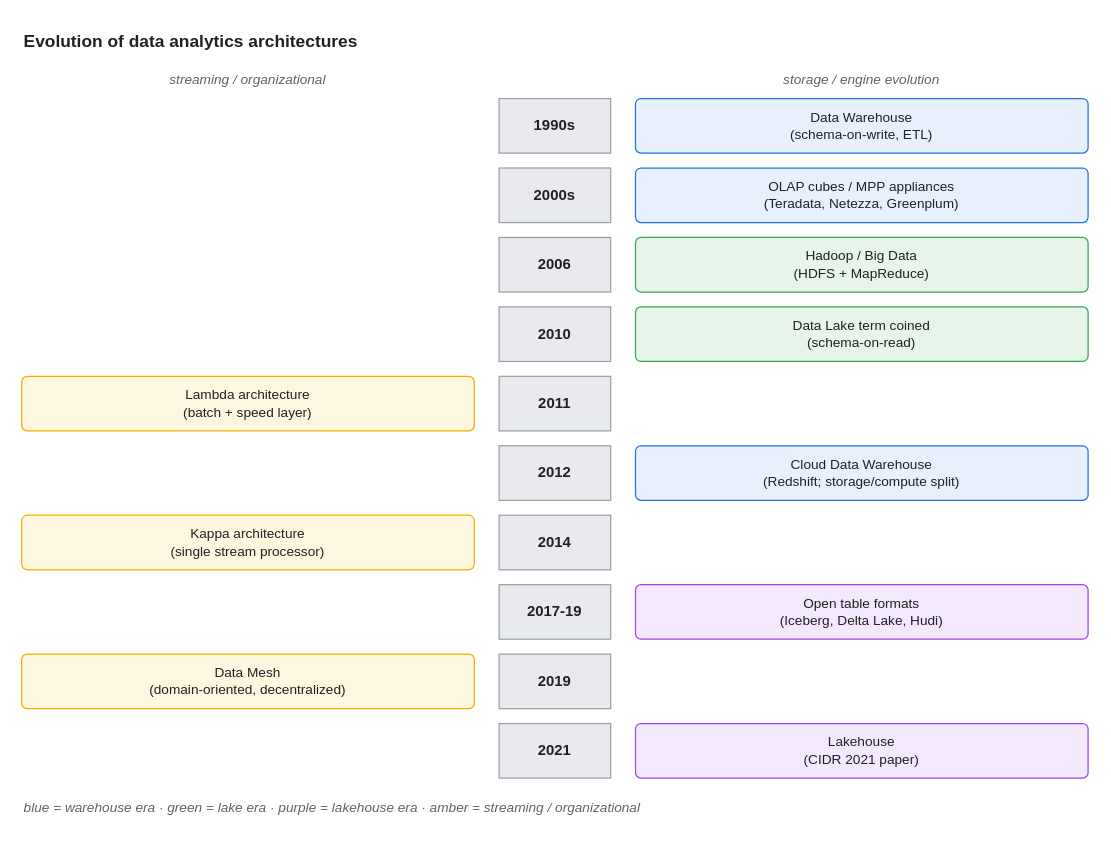
KKamJi98/kkamji98.github.io keeps this draw.io diagram as assets/img/aws/analytics-stack-01-architecture-history.drawio. Above is the earlier version. Source tidied: cells renumbered, new cells numbered last; positions are measured from the earlier drawing's top-left corner, leaving out a move shared by most shapes. Both pictures are drawn from the tidied source at 124%, with x=0, y=0 at pixel (21, 21).
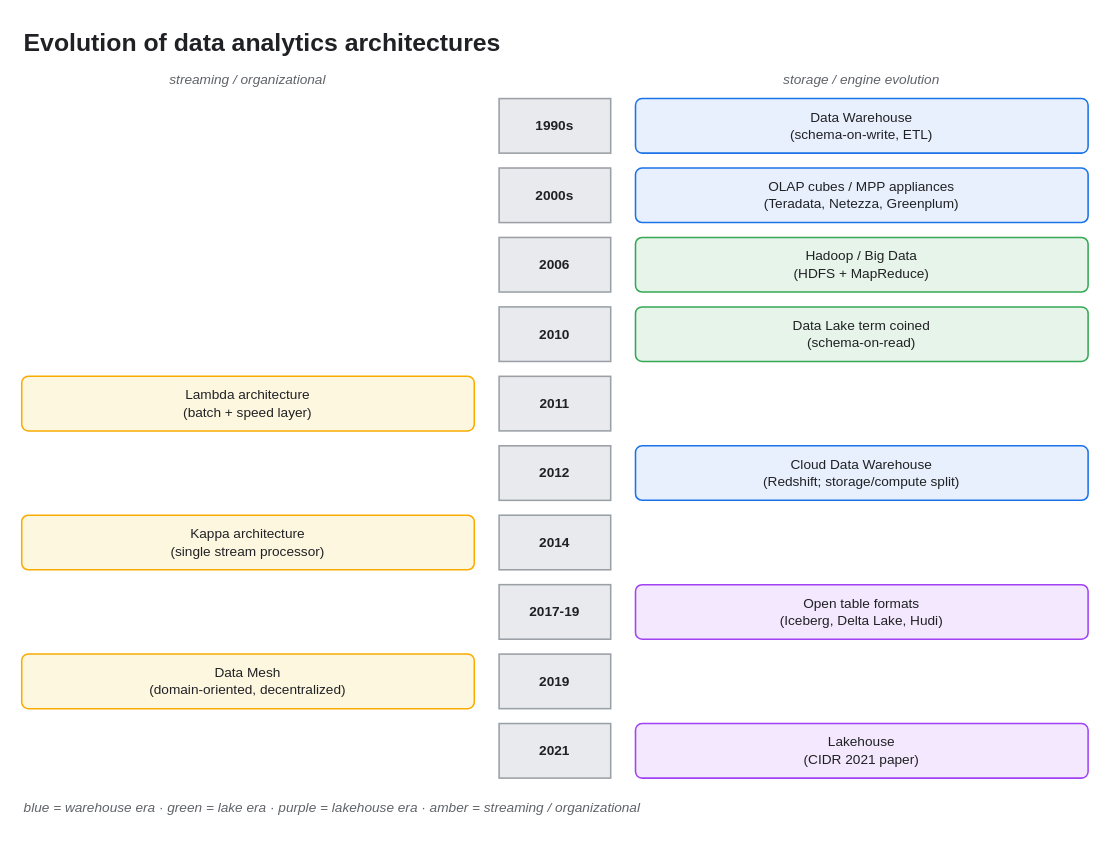
The same diagram, later.

What changed in the source:
```diff
@@
-<mxGraphModel>
+<mxGraphModel background="#FFFFFF">
@@
-    <mxCell id="2" value="Evolution of data analytics architectures" style="text;html=0;align=left;verticalAlign=middle;fontColor=#202124;fontStyle=1;fontSize=14;" parent="1" vertex="1">
+    <mxCell id="2" value="Evolution of data analytics architectures" style="text;html=0;align=left;verticalAlign=middle;fontColor=#202124;fontStyle=1;fontSize=20;" parent="1" vertex="1">
       <mxGeometry width="860" height="30" as="geometry" />
     </mxCell>
@@
-    <mxCell id="5" value="1990s" style="rounded=0;whiteSpace=wrap;html=0;shadow=0;fillColor=#E8EAED;strokeColor=#9AA0A6;fontColor=#202124;fontStyle=1;fontSize=12;" parent="1" vertex="1">
+    <mxCell id="5" value="1990s" style="rounded=0;whiteSpace=wrap;html=0;shadow=0;fillColor=#E8EAED;strokeColor=#9AA0A6;fontColor=#202124;fontStyle=1;fontSize=11;strokeWidth=1.25;" parent="1" vertex="1">
       <mxGeometry x="385" y="62" width="90" height="44" as="geometry" />
     </mxCell>
-    <mxCell id="6" value="Data Warehouse&#10;(schema-on-write, ETL)" style="rounded=1;whiteSpace=wrap;html=0;arcSize=10;shadow=0;fillColor=#E8F0FE;strokeColor=#1A73E8;fontColor=#202124;fontSize=11;" parent="1" vertex="1">
+    <mxCell id="6" value="Data Warehouse&#10;(schema-on-write, ETL)" style="rounded=1;whiteSpace=wrap;html=0;arcSize=12;shadow=0;fillColor=#E8F0FE;strokeColor=#1A73E8;fontColor=#202124;fontSize=11;strokeWidth=1.25;" parent="1" vertex="1">
       <mxGeometry x="495" y="62" width="365" height="44" as="geometry" />
     </mxCell>
-    <mxCell id="7" value="2000s" style="rounded=0;whiteSpace=wrap;html=0;shadow=0;fillColor=#E8EAED;strokeColor=#9AA0A6;fontColor=#202124;fontStyle=1;fontSize=12;" parent="1" vertex="1">
+    <mxCell id="7" value="2000s" style="rounded=0;whiteSpace=wrap;html=0;shadow=0;fillColor=#E8EAED;strokeColor=#9AA0A6;fontColor=#202124;fontStyle=1;fontSize=11;strokeWidth=1.25;" parent="1" vertex="1">
       <mxGeometry x="385" y="118" width="90" height="44" as="geometry" />
     </mxCell>
-    <mxCell id="8" value="OLAP cubes / MPP appliances&#10;(Teradata, Netezza, Greenplum)" style="rounded=1;whiteSpace=wrap;html=0;arcSize=10;shadow=0;fillColor=#E8F0FE;strokeColor=#1A73E8;fontColor=#202124;fontSize=11;" parent="1" vertex="1">
+    <mxCell id="8" value="OLAP cubes / MPP appliances&#10;(Teradata, Netezza, Greenplum)" style="rounded=1;whiteSpace=wrap;html=0;arcSize=12;shadow=0;fillColor=#E8F0FE;strokeColor=#1A73E8;fontColor=#202124;fontSize=11;strokeWidth=1.25;" parent="1" vertex="1">
       <mxGeometry x="495" y="118" width="365" height="44" as="geometry" />
     </mxCell>
-    <mxCell id="9" value="2006" style="rounded=0;whiteSpace=wrap;html=0;shadow=0;fillColor=#E8EAED;strokeColor=#9AA0A6;fontColor=#202124;fontStyle=1;fontSize=12;" parent="1" vertex="1">
+    <mxCell id="9" value="2006" style="rounded=0;whiteSpace=wrap;html=0;shadow=0;fillColor=#E8EAED;strokeColor=#9AA0A6;fontColor=#202124;fontStyle=1;fontSize=11;strokeWidth=1.25;" parent="1" vertex="1">
       <mxGeometry x="385" y="174" width="90" height="44" as="geometry" />
     </mxCell>
-    <mxCell id="10" value="Hadoop / Big Data&#10;(HDFS + MapReduce)" style="rounded=1;whiteSpace=wrap;html=0;arcSize=10;shadow=0;fillColor=#E6F4EA;strokeColor=#34A853;fontColor=#202124;fontSize=11;" parent="1" vertex="1">
+    <mxCell id="10" value="Hadoop / Big Data&#10;(HDFS + MapReduce)" style="rounded=1;whiteSpace=wrap;html=0;arcSize=12;shadow=0;fillColor=#E6F4EA;strokeColor=#34A853;fontColor=#202124;fontSize=11;strokeWidth=1.25;" parent="1" vertex="1">
       <mxGeometry x="495" y="174" width="365" height="44" as="geometry" />
     </mxCell>
-    <mxCell id="11" value="2010" style="rounded=0;whiteSpace=wrap;html=0;shadow=0;fillColor=#E8EAED;strokeColor=#9AA0A6;fontColor=#202124;fontStyle=1;fontSize=12;" parent="1" vertex="1">
+    <mxCell id="11" value="2010" style="rounded=0;whiteSpace=wrap;html=0;shadow=0;fillColor=#E8EAED;strokeColor=#9AA0A6;fontColor=#202124;fontStyle=1;fontSize=11;strokeWidth=1.25;" parent="1" vertex="1">
       <mxGeometry x="385" y="230" width="90" height="44" as="geometry" />
     </mxCell>
-    <mxCell id="12" value="Data Lake term coined&#10;(schema-on-read)" style="rounded=1;whiteSpace=wrap;html=0;arcSize=10;shadow=0;fillColor=#E6F4EA;strokeColor=#34A853;fontColor=#202124;fontSize=11;" parent="1" vertex="1">
+    <mxCell id="12" value="Data Lake term coined&#10;(schema-on-read)" style="rounded=1;whiteSpace=wrap;html=0;arcSize=12;shadow=0;fillColor=#E6F4EA;strokeColor=#34A853;fontColor=#202124;fontSize=11;strokeWidth=1.25;" parent="1" vertex="1">
       <mxGeometry x="495" y="230" width="365" height="44" as="geometry" />
     </mxCell>
-    <mxCell id="13" value="2011" style="rounded=0;whiteSpace=wrap;html=0;shadow=0;fillColor=#E8EAED;strokeColor=#9AA0A6;fontColor=#202124;fontStyle=1;fontSize=12;" parent="1" vertex="1">
+    <mxCell id="13" value="2011" style="rounded=0;whiteSpace=wrap;html=0;shadow=0;fillColor=#E8EAED;strokeColor=#9AA0A6;fontColor=#202124;fontStyle=1;fontSize=11;strokeWidth=1.25;" parent="1" vertex="1">
       <mxGeometry x="385" y="286" width="90" height="44" as="geometry" />
     </mxCell>
-    <mxCell id="14" value="Lambda architecture&#10;(batch + speed layer)" style="rounded=1;whiteSpace=wrap;html=0;arcSize=10;shadow=0;fillColor=#FEF7E0;strokeColor=#F9AB00;fontColor=#202124;fontSize=11;" parent="1" vertex="1">
+    <mxCell id="14" value="Lambda architecture&#10;(batch + speed layer)" style="rounded=1;whiteSpace=wrap;html=0;arcSize=12;shadow=0;fillColor=#FEF7E0;strokeColor=#F9AB00;fontColor=#202124;fontSize=11;strokeWidth=1.25;" parent="1" vertex="1">
       <mxGeometry y="286" width="365" height="44" as="geometry" />
     </mxCell>
-    <mxCell id="15" value="2012" style="rounded=0;whiteSpace=wrap;html=0;shadow=0;fillColor=#E8EAED;strokeColor=#9AA0A6;fontColor=#202124;fontStyle=1;fontSize=12;" parent="1" vertex="1">
+    <mxCell id="15" value="2012" style="rounded=0;whiteSpace=wrap;html=0;shadow=0;fillColor=#E8EAED;strokeColor=#9AA0A6;fontColor=#202124;fontStyle=1;fontSize=11;strokeWidth=1.25;" parent="1" vertex="1">
       <mxGeometry x="385" y="342" width="90" height="44" as="geometry" />
     </mxCell>
-    <mxCell id="16" value="Cloud Data Warehouse&#10;(Redshift; storage/compute split)" style="rounded=1;whiteSpace=wrap;html=0;arcSize=10;shadow=0;fillColor=#E8F0FE;strokeColor=#1A73E8;fontColor=#202124;fontSize=11;" parent="1" vertex="1">
+    <mxCell id="16" value="Cloud Data Warehouse&#10;(Redshift; storage/compute split)" style="rounded=1;whiteSpace=wrap;html=0;arcSize=12;shadow=0;fillColor=#E8F0FE;strokeColor=#1A73E8;fontColor=#202124;fontSize=11;strokeWidth=1.25;" parent="1" vertex="1">
       <mxGeometry x="495" y="342" width="365" height="44" as="geometry" />
     </mxCell>
-    <mxCell id="17" value="2014" style="rounded=0;whiteSpace=wrap;html=0;shadow=0;fillColor=#E8EAED;strokeColor=#9AA0A6;fontColor=#202124;fontStyle=1;fontSize=12;" parent="1" vertex="1">
+    <mxCell id="17" value="2014" style="rounded=0;whiteSpace=wrap;html=0;shadow=0;fillColor=#E8EAED;strokeColor=#9AA0A6;fontColor=#202124;fontStyle=1;fontSize=11;strokeWidth=1.25;" parent="1" vertex="1">
       <mxGeometry x="385" y="398" width="90" height="44" as="geometry" />
     </mxCell>
-    <mxCell id="18" value="Kappa architecture&#10;(single stream processor)" style="rounded=1;whiteSpace=wrap;html=0;arcSize=10;shadow=0;fillColor=#FEF7E0;strokeColor=#F9AB00;fontColor=#202124;fontSize=11;" parent="1" vertex="1">
+    <mxCell id="18" value="Kappa architecture&#10;(single stream processor)" style="rounded=1;whiteSpace=wrap;html=0;arcSize=12;shadow=0;fillColor=#FEF7E0;strokeColor=#F9AB00;fontColor=#202124;fontSize=11;strokeWidth=1.25;" parent="1" vertex="1">
       <mxGeometry y="398" width="365" height="44" as="geometry" />
     </mxCell>
-    <mxCell id="19" value="2017-19" style="rounded=0;whiteSpace=wrap;html=0;shadow=0;fillColor=#E8EAED;strokeColor=#9AA0A6;fontColor=#202124;fontStyle=1;fontSize=12;" parent="1" vertex="1">
+    <mxCell id="19" value="2017-19" style="rounded=0;whiteSpace=wrap;html=0;shadow=0;fillColor=#E8EAED;strokeColor=#9AA0A6;fontColor=#202124;fontStyle=1;fontSize=11;strokeWidth=1.25;" parent="1" vertex="1">
       <mxGeometry x="385" y="454" width="90" height="44" as="geometry" />
     </mxCell>
-    <mxCell id="20" value="Open table formats&#10;(Iceberg, Delta Lake, Hudi)" style="rounded=1;whiteSpace=wrap;html=0;arcSize=10;shadow=0;fillColor=#F3E8FD;strokeColor=#A142F4;fontColor=#202124;fontSize=11;" parent="1" vertex="1">
+    <mxCell id="20" value="Open table formats&#10;(Iceberg, Delta Lake, Hudi)" style="rounded=1;whiteSpace=wrap;html=0;arcSize=12;shadow=0;fillColor=#F3E8FD;strokeColor=#A142F4;fontColor=#202124;fontSize=11;strokeWidth=1.25;" parent="1" vertex="1">
       <mxGeometry x="495" y="454" width="365" height="44" as="geometry" />
     </mxCell>
-    <mxCell id="21" value="2019" style="rounded=0;whiteSpace=wrap;html=0;shadow=0;fillColor=#E8EAED;strokeColor=#9AA0A6;fontColor=#202124;fontStyle=1;fontSize=12;" parent="1" vertex="1">
+    <mxCell id="21" value="2019" style="rounded=0;whiteSpace=wrap;html=0;shadow=0;fillColor=#E8EAED;strokeColor=#9AA0A6;fontColor=#202124;fontStyle=1;fontSize=11;strokeWidth=1.25;" parent="1" vertex="1">
       <mxGeometry x="385" y="510" width="90" height="44" as="geometry" />
     </mxCell>
-    <mxCell id="22" value="Data Mesh&#10;(domain-oriented, decentralized)" style="rounded=1;whiteSpace=wrap;html=0;arcSize=10;shadow=0;fillColor=#FEF7E0;strokeColor=#F9AB00;fontColor=#202124;fontSize=11;" parent="1" vertex="1">
+    <mxCell id="22" value="Data Mesh&#10;(domain-oriented, decentralized)" style="rounded=1;whiteSpace=wrap;html=0;arcSize=12;shadow=0;fillColor=#FEF7E0;strokeColor=#F9AB00;fontColor=#202124;fontSize=11;strokeWidth=1.25;" parent="1" vertex="1">
       <mxGeometry y="510" width="365" height="44" as="geometry" />
     </mxCell>
-    <mxCell id="23" value="2021" style="rounded=0;whiteSpace=wrap;html=0;shadow=0;fillColor=#E8EAED;strokeColor=#9AA0A6;fontColor=#202124;fontStyle=1;fontSize=12;" parent="1" vertex="1">
+    <mxCell id="23" value="2021" style="rounded=0;whiteSpace=wrap;html=0;shadow=0;fillColor=#E8EAED;strokeColor=#9AA0A6;fontColor=#202124;fontStyle=1;fontSize=11;strokeWidth=1.25;" parent="1" vertex="1">
       <mxGeometry x="385" y="566" width="90" height="44" as="geometry" />
     </mxCell>
-    <mxCell id="24" value="Lakehouse&#10;(CIDR 2021 paper)" style="rounded=1;whiteSpace=wrap;html=0;arcSize=10;shadow=0;fillColor=#F3E8FD;strokeColor=#A142F4;fontColor=#202124;fontSize=11;" parent="1" vertex="1">
+    <mxCell id="24" value="Lakehouse&#10;(CIDR 2021 paper)" style="rounded=1;whiteSpace=wrap;html=0;arcSize=12;shadow=0;fillColor=#F3E8FD;strokeColor=#A142F4;fontColor=#202124;fontSize=11;strokeWidth=1.25;" parent="1" vertex="1">
       <mxGeometry x="495" y="566" width="365" height="44" as="geometry" />
     </mxCell>
```
